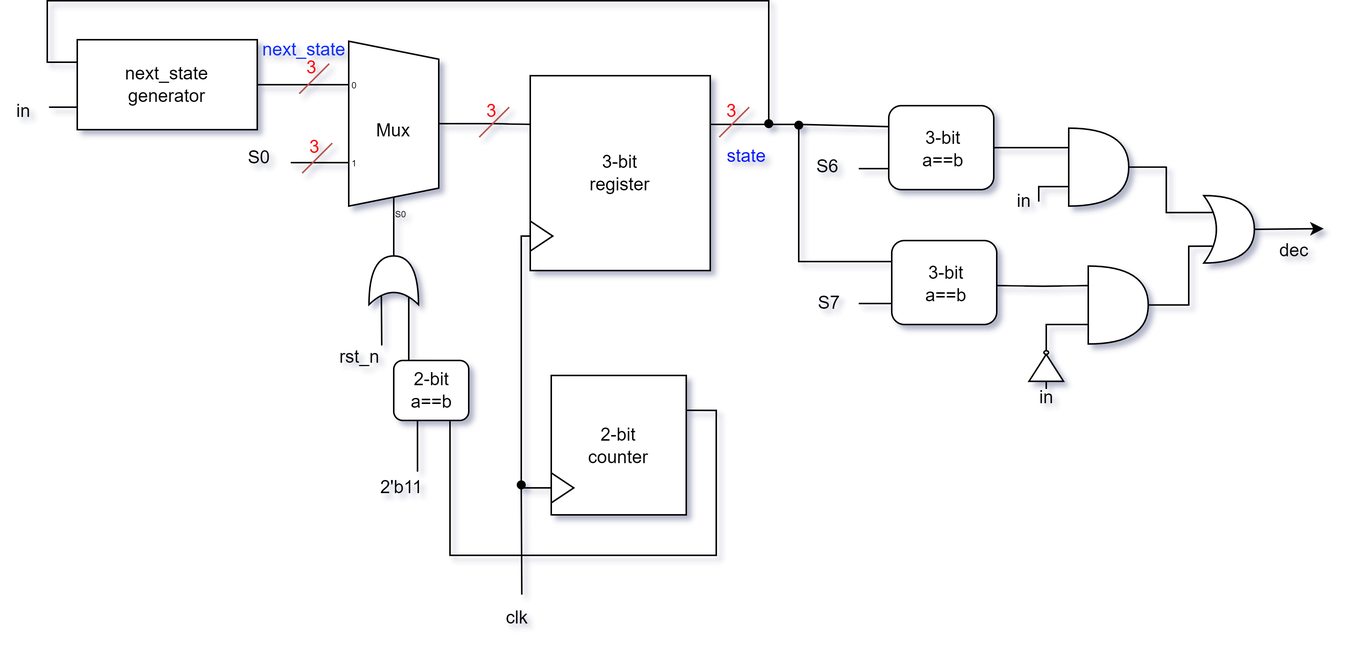
Earlier version of the draw.io export LAB_4/LAB4 block & state diagram/fig6-3.png (SamTech37/HD-Lab-Team30). Source tidied: cells renumbered, new cells last; positions are measured from the earlier drawing's top-left corner, leaving out a move shared by most shapes. The source it was exported from:
```xml
<mxGraphModel>
  <root>
    <mxCell id="0" />
    <mxCell id="1" parent="0" />
    <mxCell id="2" style="edgeStyle=orthogonalEdgeStyle;rounded=0;jettySize=auto;html=1;exitX=1;exitY=0.25;exitDx=0;exitDy=0;endArrow=none;endFill=0;entryX=0;entryY=0.25;entryDx=0;entryDy=0;" parent="1" edge="1" source="3" target="48">
      <mxGeometry relative="1" as="geometry" />
    </mxCell>
    <mxCell id="3" value="3-bit&lt;div&gt;register&lt;/div&gt;" style="rounded=0;whiteSpace=wrap;html=1;" parent="1" vertex="1">
      <mxGeometry x="353" y="50" width="120" height="130" as="geometry" />
    </mxCell>
    <mxCell id="4" style="edgeStyle=orthogonalEdgeStyle;rounded=0;jettySize=auto;html=1;exitX=1;exitY=0.5;exitDx=0;exitDy=-5;exitPerimeter=0;entryX=0;entryY=0.25;entryDx=0;entryDy=0;endArrow=none;endFill=0;" parent="1" edge="1" source="7" target="3">
      <mxGeometry relative="1" as="geometry" />
    </mxCell>
    <mxCell id="5" value="next_state&lt;br&gt;generator" style="whiteSpace=wrap;html=1;" parent="1" vertex="1">
      <mxGeometry x="51" y="26" width="120" height="60" as="geometry" />
    </mxCell>
    <mxCell id="6" value="S0" style="text;html=1;align=center;verticalAlign=middle;points=[];strokeColor=none;fillColor=none;" parent="1" vertex="1">
      <mxGeometry x="152" y="90" width="40" height="30" as="geometry" />
    </mxCell>
    <mxCell id="7" value="Mux" style="shadow=0;dashed=0;align=center;html=1;strokeWidth=1;shape=mxgraph.electrical.abstract.mux2;whiteSpace=wrap;" parent="1" vertex="1">
      <mxGeometry x="222" y="27" width="80" height="120" as="geometry" />
    </mxCell>
    <mxCell id="8" style="edgeStyle=orthogonalEdgeStyle;rounded=0;jettySize=auto;html=1;exitX=0.175;exitY=0.75;exitDx=0;exitDy=0;exitPerimeter=0;entryX=0.5;entryY=0;entryDx=0;entryDy=0;endArrow=none;endFill=0;" parent="1" edge="1" source="9" target="12">
      <mxGeometry relative="1" as="geometry">
        <Array as="points">
          <mxPoint x="272" y="197" />
          <mxPoint x="272" y="240" />
        </Array>
      </mxGeometry>
    </mxCell>
    <mxCell id="9" style="shape=xor;whiteSpace=wrap;html=1;rotation=-90;" parent="1" vertex="1">
      <mxGeometry x="245.8" y="170" width="32.5" height="33" as="geometry" />
    </mxCell>
    <mxCell id="10" style="edgeStyle=orthogonalEdgeStyle;rounded=0;jettySize=auto;html=1;exitX=1;exitY=0.5;exitDx=0;exitDy=0;exitPerimeter=0;entryX=0.375;entryY=1;entryDx=10;entryDy=0;entryPerimeter=0;endArrow=none;endFill=0;" parent="1" edge="1" source="9" target="7">
      <mxGeometry relative="1" as="geometry" />
    </mxCell>
    <mxCell id="11" value="rst_n" style="text;html=1;align=center;verticalAlign=middle;points=[];strokeColor=none;fillColor=none;" parent="1" vertex="1">
      <mxGeometry x="214" y="223" width="50" height="30" as="geometry" />
    </mxCell>
    <mxCell id="12" style="rounded=1;whiteSpace=wrap;html=1;" parent="1" vertex="1">
      <mxGeometry x="262" y="240" width="50" height="40" as="geometry" />
    </mxCell>
    <mxCell id="13" style="rounded=0;jettySize=auto;html=1;exitX=0.175;exitY=0.25;exitDx=0;exitDy=0;exitPerimeter=0;entryX=0.8;entryY=0.233;entryDx=0;entryDy=0;entryPerimeter=0;endArrow=none;endFill=0;" parent="1" edge="1" source="9" target="11">
      <mxGeometry relative="1" as="geometry" />
    </mxCell>
    <mxCell id="14" value="2-bit&lt;div&gt;a==b&lt;/div&gt;" style="text;html=1;align=center;verticalAlign=middle;strokeColor=none;fillColor=none;" parent="1" vertex="1">
      <mxGeometry x="262" y="240" width="50" height="40" as="geometry" />
    </mxCell>
    <mxCell id="15" style="edgeStyle=orthogonalEdgeStyle;rounded=0;jettySize=auto;html=1;exitX=1;exitY=0.5;exitDx=0;exitDy=0;entryX=0;entryY=0.21666666666666667;entryDx=0;entryDy=3;entryPerimeter=0;endArrow=none;endFill=0;" parent="1" edge="1" source="5" target="7">
      <mxGeometry relative="1" as="geometry" />
    </mxCell>
    <mxCell id="16" value="next_state" style="text;html=1;align=center;verticalAlign=middle;strokeColor=none;fillColor=none;fontColor=#0829FF;" parent="1" vertex="1">
      <mxGeometry x="162" y="18" width="80" height="30" as="geometry" />
    </mxCell>
    <mxCell id="17" style="group;" parent="1" vertex="1">
      <mxGeometry x="312" y="59" width="30" height="32" as="geometry" />
    </mxCell>
    <mxCell id="18" style="edgeStyle=none;orthogonalLoop=1;jettySize=auto;html=1;rounded=0;fillColor=#f8cecc;strokeColor=#b85450;endArrow=none;endFill=0;" parent="17" edge="1">
      <mxGeometry relative="1" as="geometry">
        <mxPoint x="7" y="32" as="sourcePoint" />
        <mxPoint x="27" y="12" as="targetPoint" />
      </mxGeometry>
    </mxCell>
    <mxCell id="19" value="&lt;font color=&quot;#ff0000&quot;&gt;3&lt;/font&gt;" style="text;html=1;align=center;verticalAlign=middle;strokeColor=none;fillColor=none;" parent="17" vertex="1">
      <mxGeometry width="30" height="30" as="geometry" />
    </mxCell>
    <mxCell id="20" style="group;" parent="1" vertex="1">
      <mxGeometry x="192" y="30" width="30" height="32" as="geometry" />
    </mxCell>
    <mxCell id="21" style="edgeStyle=none;orthogonalLoop=1;jettySize=auto;html=1;rounded=0;fillColor=#f8cecc;strokeColor=#b85450;endArrow=none;endFill=0;" parent="20" edge="1">
      <mxGeometry relative="1" as="geometry">
        <mxPoint x="7" y="32" as="sourcePoint" />
        <mxPoint x="27" y="12" as="targetPoint" />
      </mxGeometry>
    </mxCell>
    <mxCell id="22" value="&lt;font color=&quot;#ff0000&quot;&gt;3&lt;/font&gt;" style="text;html=1;align=center;verticalAlign=middle;strokeColor=none;fillColor=none;" parent="20" vertex="1">
      <mxGeometry width="30" height="30" as="geometry" />
    </mxCell>
    <mxCell id="23" style="edgeStyle=orthogonalEdgeStyle;rounded=0;jettySize=auto;html=1;exitX=0;exitY=0.65;exitDx=0;exitDy=3;exitPerimeter=0;entryX=1.035;entryY=0.611;entryDx=0;entryDy=0;entryPerimeter=0;endArrow=none;endFill=0;" parent="1" edge="1" source="7" target="6">
      <mxGeometry relative="1" as="geometry" />
    </mxCell>
    <mxCell id="24" style="group;" parent="1" vertex="1">
      <mxGeometry x="194" y="83" width="30" height="32" as="geometry" />
    </mxCell>
    <mxCell id="25" style="edgeStyle=none;orthogonalLoop=1;jettySize=auto;html=1;rounded=0;fillColor=#f8cecc;strokeColor=#b85450;endArrow=none;endFill=0;" parent="24" edge="1">
      <mxGeometry relative="1" as="geometry">
        <mxPoint x="7" y="32" as="sourcePoint" />
        <mxPoint x="27" y="12" as="targetPoint" />
      </mxGeometry>
    </mxCell>
    <mxCell id="26" value="&lt;font color=&quot;#ff0000&quot;&gt;3&lt;/font&gt;" style="text;html=1;align=center;verticalAlign=middle;strokeColor=none;fillColor=none;" parent="24" vertex="1">
      <mxGeometry width="30" height="30" as="geometry" />
    </mxCell>
    <mxCell id="27" style="edgeStyle=orthogonalEdgeStyle;rounded=0;jettySize=auto;html=1;exitX=1;exitY=0.25;exitDx=0;exitDy=0;entryX=0.75;entryY=1;entryDx=0;entryDy=0;endArrow=none;endFill=0;" parent="1" edge="1" source="28" target="12">
      <mxGeometry relative="1" as="geometry">
        <Array as="points">
          <mxPoint x="477" y="273" />
          <mxPoint x="477" y="370" />
          <mxPoint x="300" y="370" />
        </Array>
      </mxGeometry>
    </mxCell>
    <mxCell id="28" value="2-bit&lt;div&gt;counter&lt;/div&gt;" style="rounded=0;whiteSpace=wrap;html=1;" parent="1" vertex="1">
      <mxGeometry x="367" y="250" width="90" height="93" as="geometry" />
    </mxCell>
    <mxCell id="29" value="clk" style="text;html=1;align=center;verticalAlign=middle;points=[];strokeColor=none;fillColor=none;" parent="1" vertex="1">
      <mxGeometry x="324" y="397" width="40" height="30" as="geometry" />
    </mxCell>
    <mxCell id="30" value="in" style="text;html=1;align=center;verticalAlign=middle;points=[];strokeColor=none;fillColor=none;" parent="1" vertex="1">
      <mxGeometry y="59" width="30" height="30" as="geometry" />
    </mxCell>
    <mxCell id="31" style="shape=waypoint;sketch=0;fillStyle=solid;size=6;points=[];fillColor=none;perimeter=centerPerimeter;snapToPoint=1;" parent="1" vertex="1">
      <mxGeometry x="502" y="72" width="20" height="20" as="geometry" />
    </mxCell>
    <mxCell id="32" style="edgeStyle=orthogonalEdgeStyle;rounded=0;jettySize=auto;html=1;exitX=0;exitY=0.25;exitDx=0;exitDy=0;entryX=-0.12;entryY=0.406;entryDx=0;entryDy=0;entryPerimeter=0;endArrow=none;endFill=0;startArrow=none;startFill=0;" parent="1" edge="1" source="5" target="31">
      <mxGeometry relative="1" as="geometry">
        <Array as="points">
          <mxPoint x="31" y="41" />
          <mxPoint x="31" />
          <mxPoint x="512" />
        </Array>
      </mxGeometry>
    </mxCell>
    <mxCell id="33" value="&lt;font color=&quot;#0313ff&quot;&gt;state&lt;/font&gt;" style="text;html=1;align=center;verticalAlign=middle;strokeColor=none;fillColor=none;" parent="1" vertex="1">
      <mxGeometry x="472" y="89" width="50" height="30" as="geometry" />
    </mxCell>
    <mxCell id="34" style="edgeStyle=orthogonalEdgeStyle;rounded=0;jettySize=auto;html=1;exitX=0;exitY=0.75;exitDx=0;exitDy=0;entryX=1.074;entryY=0.392;entryDx=0;entryDy=0;entryPerimeter=0;endArrow=none;endFill=0;" parent="1" edge="1" source="5" target="30">
      <mxGeometry relative="1" as="geometry" />
    </mxCell>
    <mxCell id="35" style="group;" parent="1" vertex="1">
      <mxGeometry x="472" y="59" width="30" height="32" as="geometry" />
    </mxCell>
    <mxCell id="36" style="edgeStyle=none;orthogonalLoop=1;jettySize=auto;html=1;rounded=0;fillColor=#f8cecc;strokeColor=#b85450;endArrow=none;endFill=0;" parent="35" edge="1">
      <mxGeometry relative="1" as="geometry">
        <mxPoint x="7" y="32" as="sourcePoint" />
        <mxPoint x="27" y="12" as="targetPoint" />
      </mxGeometry>
    </mxCell>
    <mxCell id="37" value="&lt;font color=&quot;#ff0000&quot;&gt;3&lt;/font&gt;" style="text;html=1;align=center;verticalAlign=middle;strokeColor=none;fillColor=none;" parent="35" vertex="1">
      <mxGeometry width="30" height="30" as="geometry" />
    </mxCell>
    <mxCell id="38" value="2'b11" style="text;html=1;align=center;verticalAlign=middle;points=[];strokeColor=none;fillColor=none;" parent="1" vertex="1">
      <mxGeometry x="242" y="310" width="50" height="30" as="geometry" />
    </mxCell>
    <mxCell id="39" style="edgeStyle=orthogonalEdgeStyle;rounded=0;jettySize=auto;html=1;exitX=0.25;exitY=1;exitDx=0;exitDy=0;entryX=0.717;entryY=0.14;entryDx=0;entryDy=0;entryPerimeter=0;endArrow=none;endFill=0;" parent="1" edge="1" source="12" target="38">
      <mxGeometry relative="1" as="geometry" />
    </mxCell>
    <mxCell id="40" style="edgeStyle=orthogonalEdgeStyle;rounded=0;jettySize=auto;html=1;exitX=0;exitY=0.5;exitDx=0;exitDy=0;endArrow=none;endFill=0;" parent="1" edge="1" source="41" target="45">
      <mxGeometry relative="1" as="geometry">
        <Array as="points">
          <mxPoint x="347" y="157" />
        </Array>
      </mxGeometry>
    </mxCell>
    <mxCell id="41" style="triangle;whiteSpace=wrap;html=1;" parent="1" vertex="1">
      <mxGeometry x="353" y="147" width="15" height="20" as="geometry" />
    </mxCell>
    <mxCell id="42" style="triangle;whiteSpace=wrap;html=1;" parent="1" vertex="1">
      <mxGeometry x="367" y="315" width="15" height="20" as="geometry" />
    </mxCell>
    <mxCell id="43" style="edgeStyle=orthogonalEdgeStyle;rounded=0;jettySize=auto;html=1;exitDx=0;exitDy=0;entryX=0.585;entryY=-0.028;entryDx=0;entryDy=0;entryPerimeter=0;endArrow=none;endFill=0;" parent="1" edge="1" source="45" target="29">
      <mxGeometry relative="1" as="geometry">
        <Array as="points">
          <mxPoint x="347" y="325" />
          <mxPoint x="347" y="419" />
        </Array>
      </mxGeometry>
    </mxCell>
    <mxCell id="44" style="edgeStyle=orthogonalEdgeStyle;rounded=0;jettySize=auto;html=1;exitX=0;exitY=0.5;exitDx=0;exitDy=0;entryDx=0;entryDy=0;entryPerimeter=0;endArrow=none;endFill=0;" parent="1" edge="1" source="42" target="45">
      <mxGeometry relative="1" as="geometry" />
    </mxCell>
    <mxCell id="45" style="shape=waypoint;sketch=0;fillStyle=solid;size=6;points=[];fillColor=none;perimeter=centerPerimeter;snapToPoint=1;" parent="1" vertex="1">
      <mxGeometry x="337" y="313" width="20" height="20" as="geometry" />
    </mxCell>
    <mxCell id="46" style="group;" parent="1" vertex="1">
      <mxGeometry x="592" y="70" width="70" height="56" as="geometry" />
    </mxCell>
    <mxCell id="47" style="group;" parent="46" vertex="1">
      <mxGeometry width="70" height="56" as="geometry" />
    </mxCell>
    <mxCell id="48" style="rounded=1;whiteSpace=wrap;html=1;" parent="47" vertex="1">
      <mxGeometry width="70" height="56" as="geometry" />
    </mxCell>
    <mxCell id="49" value="3-bit&lt;div&gt;a==b&lt;/div&gt;" style="text;html=1;align=center;verticalAlign=middle;strokeColor=none;fillColor=none;" parent="47" vertex="1">
      <mxGeometry x="11" y="8.7" width="50" height="40" as="geometry" />
    </mxCell>
    <mxCell id="50" value="S6" style="text;html=1;align=center;verticalAlign=middle;points=[];strokeColor=none;fillColor=none;" parent="1" vertex="1">
      <mxGeometry x="531" y="96" width="40" height="30" as="geometry" />
    </mxCell>
    <mxCell id="51" style="edgeStyle=orthogonalEdgeStyle;rounded=0;jettySize=auto;html=1;exitX=0;exitY=0.75;exitDx=0;exitDy=0;endArrow=none;endFill=0;" parent="1" edge="1" source="48" target="50">
      <mxGeometry relative="1" as="geometry" />
    </mxCell>
    <mxCell id="52" style="group;" parent="1" vertex="1">
      <mxGeometry x="594" y="160" width="70" height="56" as="geometry" />
    </mxCell>
    <mxCell id="53" style="group;" parent="52" vertex="1">
      <mxGeometry width="70" height="56" as="geometry" />
    </mxCell>
    <mxCell id="54" style="rounded=1;whiteSpace=wrap;html=1;" parent="53" vertex="1">
      <mxGeometry width="70" height="56" as="geometry" />
    </mxCell>
    <mxCell id="55" value="3-bit&lt;div&gt;a==b&lt;/div&gt;" style="text;html=1;align=center;verticalAlign=middle;strokeColor=none;fillColor=none;" parent="53" vertex="1">
      <mxGeometry x="11" y="8.7" width="50" height="40" as="geometry" />
    </mxCell>
    <mxCell id="56" value="S7" style="text;html=1;align=center;verticalAlign=middle;points=[];strokeColor=none;fillColor=none;" parent="1" vertex="1">
      <mxGeometry x="532" y="187" width="40" height="30" as="geometry" />
    </mxCell>
    <mxCell id="57" style="edgeStyle=orthogonalEdgeStyle;rounded=0;jettySize=auto;html=1;exitX=0;exitY=0.75;exitDx=0;exitDy=0;endArrow=none;endFill=0;" parent="1" edge="1" source="54" target="56">
      <mxGeometry relative="1" as="geometry" />
    </mxCell>
    <mxCell id="58" style="shape=waypoint;sketch=0;fillStyle=solid;size=6;points=[];fillColor=none;perimeter=centerPerimeter;snapToPoint=1;" parent="1" vertex="1">
      <mxGeometry x="522" y="73" width="20" height="20" as="geometry" />
    </mxCell>
    <mxCell id="59" style="edgeStyle=orthogonalEdgeStyle;rounded=0;jettySize=auto;html=1;exitX=0;exitY=0.25;exitDx=0;exitDy=0;endArrow=none;endFill=0;" parent="1" edge="1" source="54" target="58">
      <mxGeometry relative="1" as="geometry" />
    </mxCell>
    <mxCell id="60" style="group;" parent="1" vertex="1">
      <mxGeometry x="802" y="130" width="80" height="52" as="geometry" />
    </mxCell>
    <mxCell id="61" style="edgeStyle=orthogonalEdgeStyle;rounded=0;jettySize=auto;html=1;exitX=1;exitY=0.5;exitDx=0;exitDy=0;exitPerimeter=0;" parent="60" edge="1" source="62">
      <mxGeometry relative="1" as="geometry">
        <mxPoint x="80" y="22" as="targetPoint" />
      </mxGeometry>
    </mxCell>
    <mxCell id="62" style="shape=xor;whiteSpace=wrap;html=1;" parent="60" vertex="1">
      <mxGeometry width="33.8" height="45" as="geometry" />
    </mxCell>
    <mxCell id="63" value="dec" style="text;html=1;align=center;verticalAlign=middle;strokeColor=none;fillColor=none;" parent="60" vertex="1">
      <mxGeometry x="40" y="22" width="40" height="30" as="geometry" />
    </mxCell>
    <mxCell id="64" style="edgeStyle=orthogonalEdgeStyle;rounded=0;jettySize=auto;html=1;exitX=0;exitY=0.75;exitDx=0;exitDy=0;exitPerimeter=0;endArrow=none;endFill=0;" parent="1" edge="1" source="65" target="66">
      <mxGeometry relative="1" as="geometry" />
    </mxCell>
    <mxCell id="65" style="shape=or;whiteSpace=wrap;html=1;" parent="1" vertex="1">
      <mxGeometry x="712" y="85" width="40" height="52" as="geometry" />
    </mxCell>
    <mxCell id="66" value="in" style="text;html=1;align=center;verticalAlign=middle;points=[];strokeColor=none;fillColor=none;" parent="1" vertex="1">
      <mxGeometry x="667" y="119" width="30" height="30" as="geometry" />
    </mxCell>
    <mxCell id="67" style="edgeStyle=orthogonalEdgeStyle;rounded=0;jettySize=auto;html=1;exitX=1;exitY=0.5;exitDx=0;exitDy=0;entryX=0;entryY=0.25;entryDx=0;entryDy=0;entryPerimeter=0;endArrow=none;endFill=0;" parent="1" edge="1" source="48" target="65">
      <mxGeometry relative="1" as="geometry" />
    </mxCell>
    <mxCell id="68" style="edgeStyle=orthogonalEdgeStyle;rounded=0;jettySize=auto;html=1;exitX=0;exitY=0.75;exitDx=0;exitDy=0;exitPerimeter=0;endArrow=none;endFill=0;entryX=1;entryY=0.5;entryDx=0;entryDy=0;entryPerimeter=0;" parent="1" edge="1" source="69" target="71">
      <mxGeometry relative="1" as="geometry" />
    </mxCell>
    <mxCell id="69" style="shape=or;whiteSpace=wrap;html=1;" parent="1" vertex="1">
      <mxGeometry x="725" y="177" width="40" height="52" as="geometry" />
    </mxCell>
    <mxCell id="70" style="edgeStyle=orthogonalEdgeStyle;rounded=0;jettySize=auto;html=1;entryX=0;entryY=0.25;entryDx=0;entryDy=0;entryPerimeter=0;endArrow=none;endFill=0;" parent="1" edge="1" target="69">
      <mxGeometry relative="1" as="geometry">
        <mxPoint x="664" y="190" as="sourcePoint" />
      </mxGeometry>
    </mxCell>
    <mxCell id="71" style="verticalLabelPosition=bottom;shadow=0;dashed=0;align=center;html=1;verticalAlign=top;shape=mxgraph.electrical.logic_gates.inverter_2;rotation=-90;" parent="1" vertex="1">
      <mxGeometry x="682" y="232.5" width="30" height="23" as="geometry" />
    </mxCell>
    <mxCell id="72" value="in" style="text;html=1;align=center;verticalAlign=middle;strokeColor=none;fillColor=none;" parent="1" vertex="1">
      <mxGeometry x="682" y="250" width="30" height="30" as="geometry" />
    </mxCell>
    <mxCell id="73" style="edgeStyle=orthogonalEdgeStyle;rounded=0;jettySize=auto;html=1;exitX=1;exitY=0.5;exitDx=0;exitDy=0;exitPerimeter=0;entryX=0.175;entryY=0.25;entryDx=0;entryDy=0;entryPerimeter=0;endArrow=none;endFill=0;" parent="1" edge="1" source="65" target="62">
      <mxGeometry relative="1" as="geometry" />
    </mxCell>
    <mxCell id="74" style="edgeStyle=orthogonalEdgeStyle;rounded=0;jettySize=auto;html=1;exitX=1;exitY=0.5;exitDx=0;exitDy=0;exitPerimeter=0;entryX=0.175;entryY=0.75;entryDx=0;entryDy=0;entryPerimeter=0;endArrow=none;endFill=0;" parent="1" edge="1" source="69" target="62">
      <mxGeometry relative="1" as="geometry">
        <Array as="points">
          <mxPoint x="792" y="203" />
          <mxPoint x="792" y="164" />
        </Array>
      </mxGeometry>
    </mxCell>
  </root>
</mxGraphModel>
```
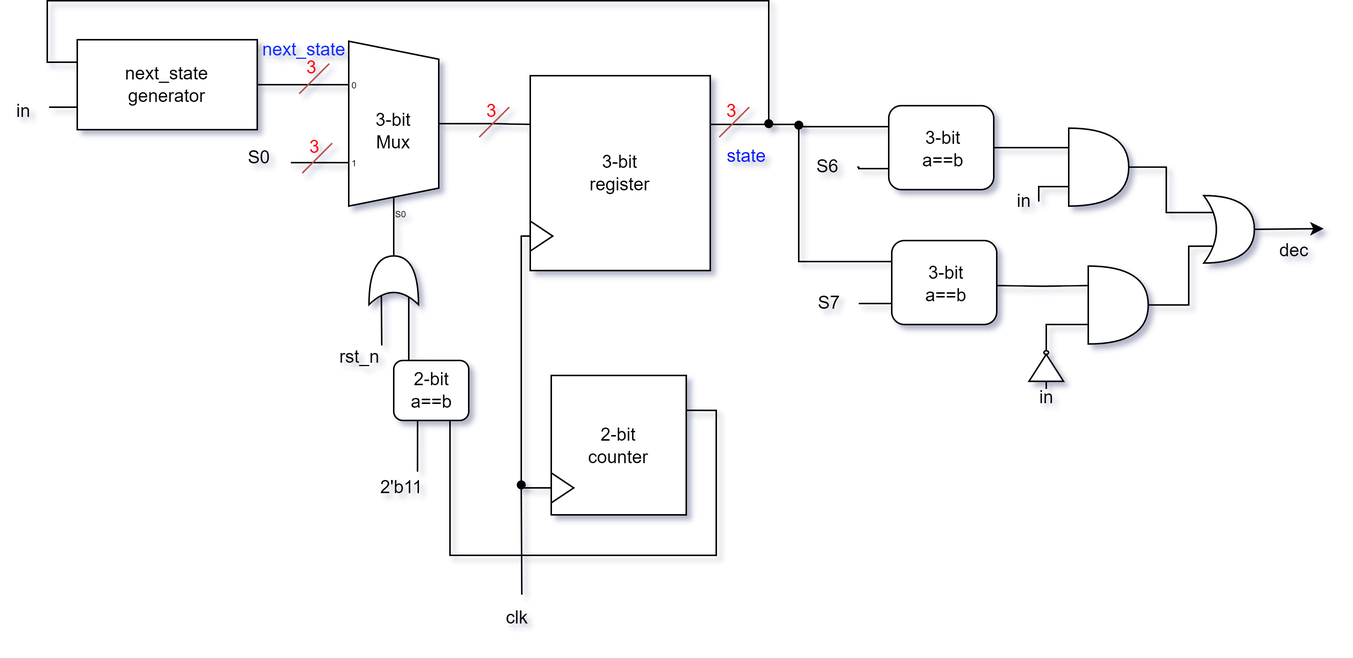
Above is the later version.

Commit message:
add Lab4 report

Diff of the diagram source:
```diff
@@ -17,7 +17,7 @@
     <mxCell id="6" value="S0" style="text;html=1;align=center;verticalAlign=middle;points=[];strokeColor=none;fillColor=none;" parent="1" vertex="1">
       <mxGeometry x="152" y="90" width="40" height="30" as="geometry" />
     </mxCell>
-    <mxCell id="7" value="Mux" style="shadow=0;dashed=0;align=center;html=1;strokeWidth=1;shape=mxgraph.electrical.abstract.mux2;whiteSpace=wrap;" parent="1" vertex="1">
+    <mxCell id="7" value="3-bit&lt;div&gt;Mux&lt;/div&gt;" style="shadow=0;dashed=0;align=center;html=1;strokeWidth=1;shape=mxgraph.electrical.abstract.mux2;whiteSpace=wrap;" parent="1" vertex="1">
       <mxGeometry x="222" y="27" width="80" height="120" as="geometry" />
     </mxCell>
     <mxCell id="8" style="edgeStyle=orthogonalEdgeStyle;rounded=0;jettySize=auto;html=1;exitX=0.175;exitY=0.75;exitDx=0;exitDy=0;exitPerimeter=0;entryX=0.5;entryY=0;entryDx=0;entryDy=0;endArrow=none;endFill=0;" parent="1" edge="1" source="9" target="12">
```
